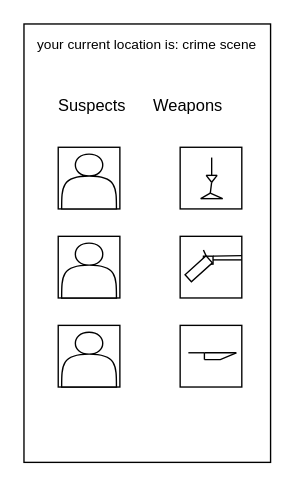
The draw.io diagram Guess Page.drawio in louisslater/AR-Detective-Game, before the edit. Source tidied: cells renumbered, new cells numbered last; positions are measured from the earlier drawing's top-left corner, leaving out a move shared by most shapes. Both pictures are drawn from the tidied source at 137%, with x=0, y=0 at pixel (23, 23).
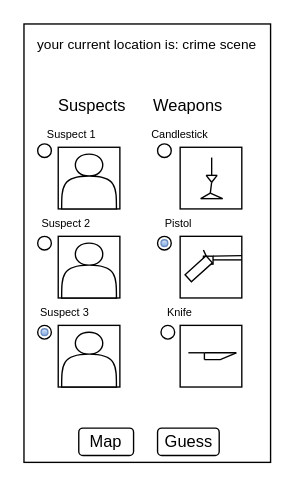
The same page after the edit.

The edit, as a diff of the source:
```diff
@@
     <mxCell id="10" style="group;" parent="1" vertex="1">
-      <mxGeometry x="25" y="155" width="45" height="45" as="geometry" />
+      <mxGeometry x="25" y="155" width="45" height="70" as="geometry" />
     </mxCell>
@@
+    <mxCell id="39" value="Map" style="rounded=1;whiteSpace=wrap;html=1;" parent="1" vertex="1">
+      <mxGeometry x="40" y="295" width="40" height="20" as="geometry" />
+    </mxCell>
+    <mxCell id="40" value="Guess" style="rounded=1;whiteSpace=wrap;html=1;" parent="1" vertex="1">
+      <mxGeometry x="97.5" y="295" width="45" height="20" as="geometry" />
+    </mxCell>
+    <mxCell id="41" value="&lt;font style=&quot;font-size: 8px;&quot;&gt;Suspect 1&lt;/font&gt;" style="text;html=1;align=center;verticalAlign=middle;whiteSpace=wrap;rounded=0;" parent="1" vertex="1">
+      <mxGeometry x="5" y="65" width="60" height="30" as="geometry" />
+    </mxCell>
+    <mxCell id="42" value="&lt;font style=&quot;font-size: 8px;&quot;&gt;Suspect 2&lt;/font&gt;" style="text;html=1;align=center;verticalAlign=middle;whiteSpace=wrap;rounded=0;" parent="1" vertex="1">
+      <mxGeometry x="1" y="130" width="60" height="30" as="geometry" />
+    </mxCell>
+    <mxCell id="43" value="&lt;font style=&quot;font-size: 8px;&quot;&gt;Suspect 3&lt;/font&gt;" style="text;html=1;align=center;verticalAlign=middle;whiteSpace=wrap;rounded=0;" parent="1" vertex="1">
+      <mxGeometry y="195" width="60" height="30" as="geometry" />
+    </mxCell>
+    <mxCell id="44" value="&lt;span style=&quot;font-size: 8px;&quot;&gt;Candlestick&lt;/span&gt;" style="text;html=1;align=center;verticalAlign=middle;whiteSpace=wrap;rounded=0;" parent="1" vertex="1">
+      <mxGeometry x="84" y="65" width="60" height="30" as="geometry" />
+    </mxCell>
+    <mxCell id="45" value="&lt;span style=&quot;font-size: 8px;&quot;&gt;Pistol&lt;/span&gt;" style="text;html=1;align=center;verticalAlign=middle;whiteSpace=wrap;rounded=0;" parent="1" vertex="1">
+      <mxGeometry x="82.5" y="130" width="60" height="30" as="geometry" />
+    </mxCell>
+    <mxCell id="46" value="&lt;span style=&quot;font-size: 8px;&quot;&gt;Knife&lt;/span&gt;" style="text;html=1;align=center;verticalAlign=middle;whiteSpace=wrap;rounded=0;" parent="1" vertex="1">
+      <mxGeometry x="84" y="195" width="60" height="30" as="geometry" />
+    </mxCell>
+    <mxCell id="47" style="ellipse;whiteSpace=wrap;html=1;" parent="1" vertex="1">
+      <mxGeometry x="10" y="87.5" width="10" height="10" as="geometry" />
+    </mxCell>
+    <mxCell id="48" style="ellipse;whiteSpace=wrap;html=1;" parent="1" vertex="1">
+      <mxGeometry x="10" y="155" width="10" height="10" as="geometry" />
+    </mxCell>
+    <mxCell id="49" style="ellipse;whiteSpace=wrap;html=1;" parent="1" vertex="1">
+      <mxGeometry x="10" y="220" width="10" height="10" as="geometry" />
+    </mxCell>
+    <mxCell id="50" style="ellipse;whiteSpace=wrap;html=1;" parent="1" vertex="1">
+      <mxGeometry x="97.5" y="87.5" width="10" height="10" as="geometry" />
+    </mxCell>
+    <mxCell id="51" style="ellipse;whiteSpace=wrap;html=1;" parent="1" vertex="1">
+      <mxGeometry x="97.5" y="155" width="10" height="10" as="geometry" />
+    </mxCell>
+    <mxCell id="52" style="ellipse;whiteSpace=wrap;html=1;" parent="1" vertex="1">
+      <mxGeometry x="100" y="220" width="10" height="10" as="geometry" />
+    </mxCell>
+    <mxCell id="53" style="ellipse;whiteSpace=wrap;html=1;fillColor=#dae8fc;gradientColor=#7ea6e0;strokeColor=#6c8ebf;" parent="1" vertex="1">
+      <mxGeometry x="12.5" y="222.5" width="5" height="5" as="geometry" />
+    </mxCell>
+    <mxCell id="54" style="ellipse;whiteSpace=wrap;html=1;fillColor=#dae8fc;gradientColor=#7ea6e0;strokeColor=#6c8ebf;" parent="1" vertex="1">
+      <mxGeometry x="100" y="157.5" width="5" height="5" as="geometry" />
+    </mxCell>
```
